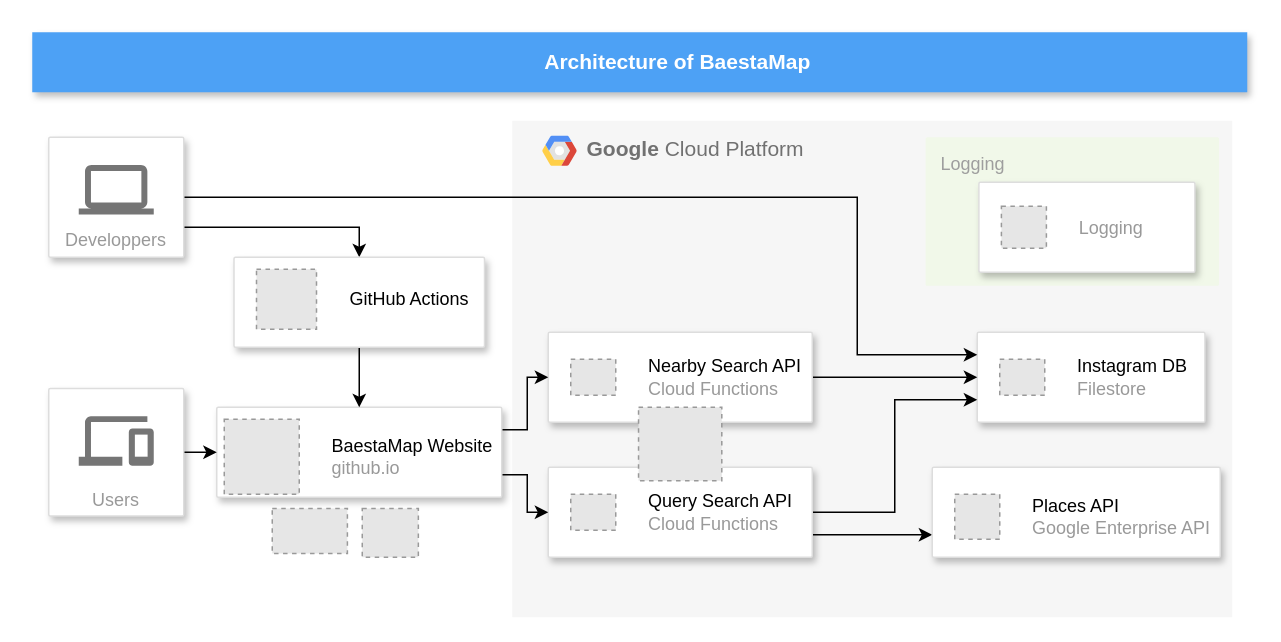
wanwan0622/BaestaMap keeps this draw.io diagram as assets/BaestaMap.drawio. Above is the earlier version. Source tidied: cells renumbered, new cells numbered last; positions are measured from the earlier drawing's top-left corner, leaving out a move shared by most shapes. Both pictures are drawn from the tidied source at 150%, with x=0, y=0 at pixel (32, 32). Pictures stored in the file or linked from it are replaced by grey dashed boxes.
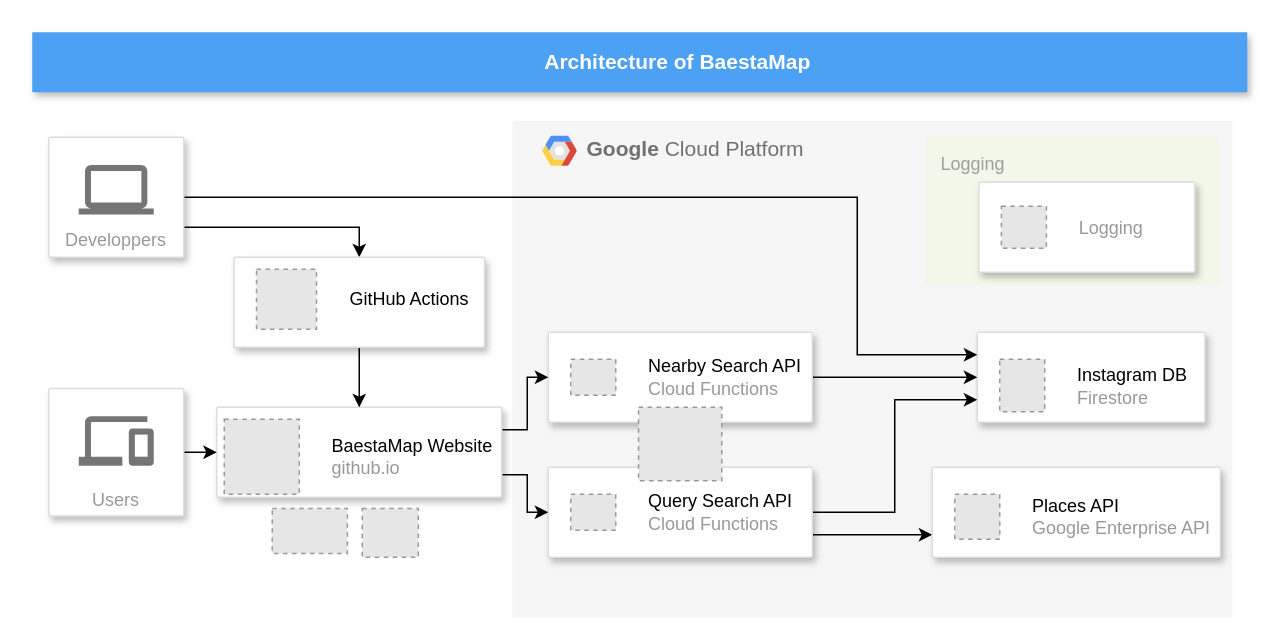
The same diagram, later.

The change refers to these unchanged cells:
```xml
<mxCell id="4" style="strokeColor=#dddddd;shadow=1;strokeWidth=1;rounded=1;absoluteArcSize=1;arcSize=2;" parent="2" vertex="1">
  <mxGeometry x="310" y="141" width="151.8" height="60" as="geometry" />
</mxCell>
```

The edit, as a diff of the source:
```diff
@@
-    <mxCell id="5" value="&lt;font color=&quot;#000000&quot;&gt;Instagram DB&lt;/font&gt;&lt;br&gt;Filestore" style="fillColor=#E6E6E6;strokeColor=#999999;dashed=1;html=1;fontColor=#999999;verticalLabelPosition=middle;labelBackgroundColor=#ffffff;verticalAlign=middle;labelPosition=right;align=left;spacingLeft=20;" parent="4" vertex="1">
-      <mxGeometry width="30" height="24" relative="1" as="geometry">
+    <mxCell id="5" value="&lt;font color=&quot;#000000&quot;&gt;Instagram DB&lt;/font&gt;&lt;br&gt;Firestore" style="fillColor=#E6E6E6;strokeColor=#999999;dashed=1;html=1;fontColor=#999999;verticalLabelPosition=middle;labelBackgroundColor=#ffffff;verticalAlign=middle;labelPosition=right;align=left;spacingLeft=20;" parent="4" vertex="1">
+      <mxGeometry width="30" height="35" relative="1" as="geometry">
         <mxPoint x="15" y="18" as="offset" />
       </mxGeometry>
     </mxCell>
```
